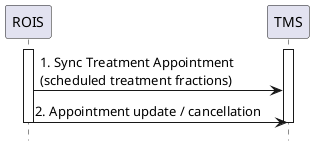
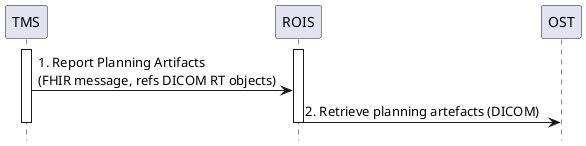
@startuml
skinparam svgDimensionStyle true
hide footbox
+ participant "TMS" as TMS
participant "ROIS" as ROIS
- participant "TMS" as TMS
+ participant "OST" as OST
+ activate TMS
activate ROIS
- activate TMS
- ROIS -> TMS : 1. Sync Treatment Appointment\n(scheduled treatment fractions)
- ROIS -> TMS : 2. Appointment update / cancellation
+ TMS -> ROIS : 1. Report Planning Artifacts\n(FHIR message, refs DICOM RT objects)
+ ROIS -> OST : 2. Retrieve planning artefacts (DICOM)
+ deactivate TMS
deactivate ROIS
- deactivate TMS
@enduml
